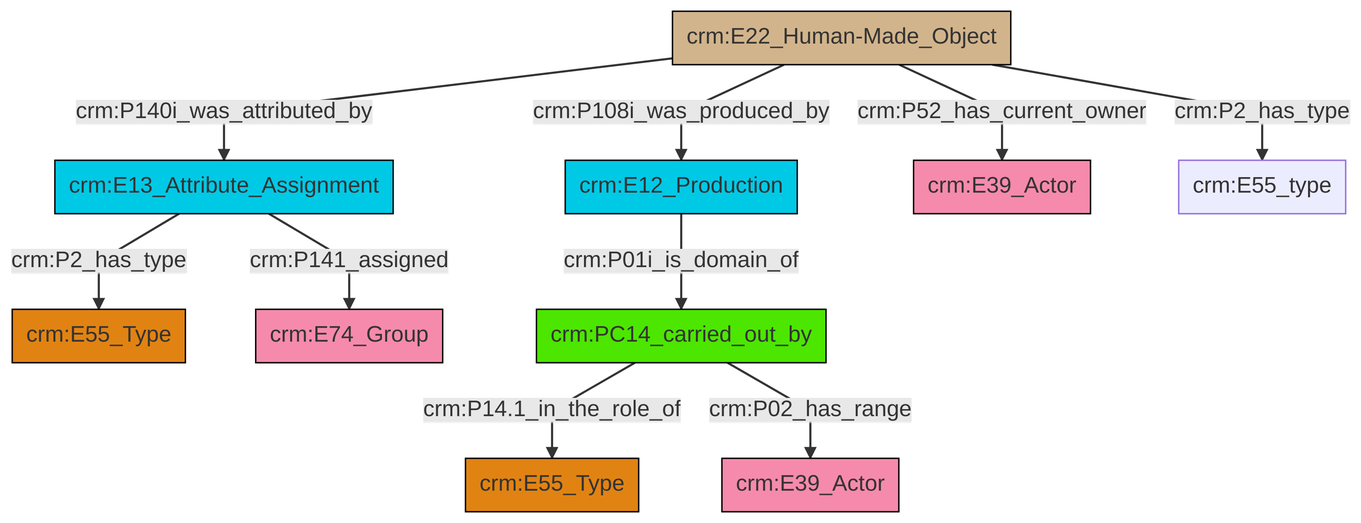
Above: et/builtWorkCSV/ttl/mmd/png/Built_Work_actor_relations.png in swiss-art-research-net/docs.swissartresearch (Mermaid), before the change. Its source is kept beside it as et/builtWorkCSV/ttl/mmd/Built_Work_actor_relations.ttl.mmd.
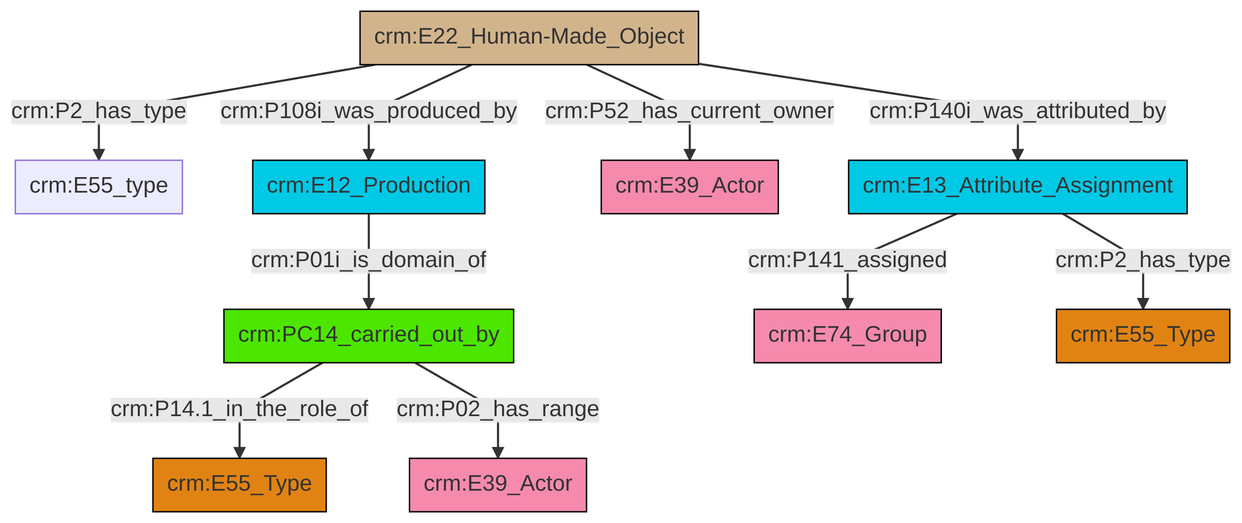
After the commit.

Diff of the diagram source:
```diff
@@ -13,12 +13,12 @@
 classDef PC_Classes fill:#4ce600, stroke:#000000;
 classDef Multi fill:#cccccc,stroke:#000000;
 
-0["crm:E22_Human-Made_Object"]:::Physical_Thing -->|crm:P140i_was_attributed_by| 1["crm:E13_Attribute_Assignment"]:::Temporal_Entity
-1["crm:E13_Attribute_Assignment"]:::Temporal_Entity -->|crm:P2_has_type| 6["crm:E55_Type"]:::Type
-0["crm:E22_Human-Made_Object"]:::Physical_Thing -->|crm:P108i_was_produced_by| 2["crm:E12_Production"]:::Temporal_Entity
-1["crm:E13_Attribute_Assignment"]:::Temporal_Entity -->|crm:P141_assigned| 14["crm:E74_Group"]:::Actor
-11["crm:PC14_carried_out_by"]:::PC_Classes -->|crm:P14.1_in_the_role_of| 15["crm:E55_Type"]:::Type
-0["crm:E22_Human-Made_Object"]:::Physical_Thing -->|crm:P52_has_current_owner| 4["crm:E39_Actor"]:::Actor
-11["crm:PC14_carried_out_by"]:::PC_Classes -->|crm:P02_has_range| 9["crm:E39_Actor"]:::Actor
-2["crm:E12_Production"]:::Temporal_Entity -->|crm:P01i_is_domain_of| 11["crm:PC14_carried_out_by"]:::PC_Classes
-0["crm:E22_Human-Made_Object"]:::Physical_Thing -->|crm:P2_has_type| 19["crm:E55_type"]:::Default
+4["crm:E22_Human-Made_Object"]:::Physical_Thing -->|crm:P140i_was_attributed_by| 5["crm:E13_Attribute_Assignment"]:::Temporal_Entity
+4["crm:E22_Human-Made_Object"]:::Physical_Thing -->|crm:P52_has_current_owner| 6["crm:E39_Actor"]:::Actor
+2["crm:PC14_carried_out_by"]:::PC_Classes -->|crm:P14.1_in_the_role_of| 8["crm:E55_Type"]:::Type
+5["crm:E13_Attribute_Assignment"]:::Temporal_Entity -->|crm:P141_assigned| 9["crm:E74_Group"]:::Actor
+4["crm:E22_Human-Made_Object"]:::Physical_Thing -->|crm:P108i_was_produced_by| 11["crm:E12_Production"]:::Temporal_Entity
+11["crm:E12_Production"]:::Temporal_Entity -->|crm:P01i_is_domain_of| 2["crm:PC14_carried_out_by"]:::PC_Classes
+5["crm:E13_Attribute_Assignment"]:::Temporal_Entity -->|crm:P2_has_type| 13["crm:E55_Type"]:::Type
+4["crm:E22_Human-Made_Object"]:::Physical_Thing -->|crm:P2_has_type| 0["crm:E55_type"]:::Default
+2["crm:PC14_carried_out_by"]:::PC_Classes -->|crm:P02_has_range| 19["crm:E39_Actor"]:::Actor
```
